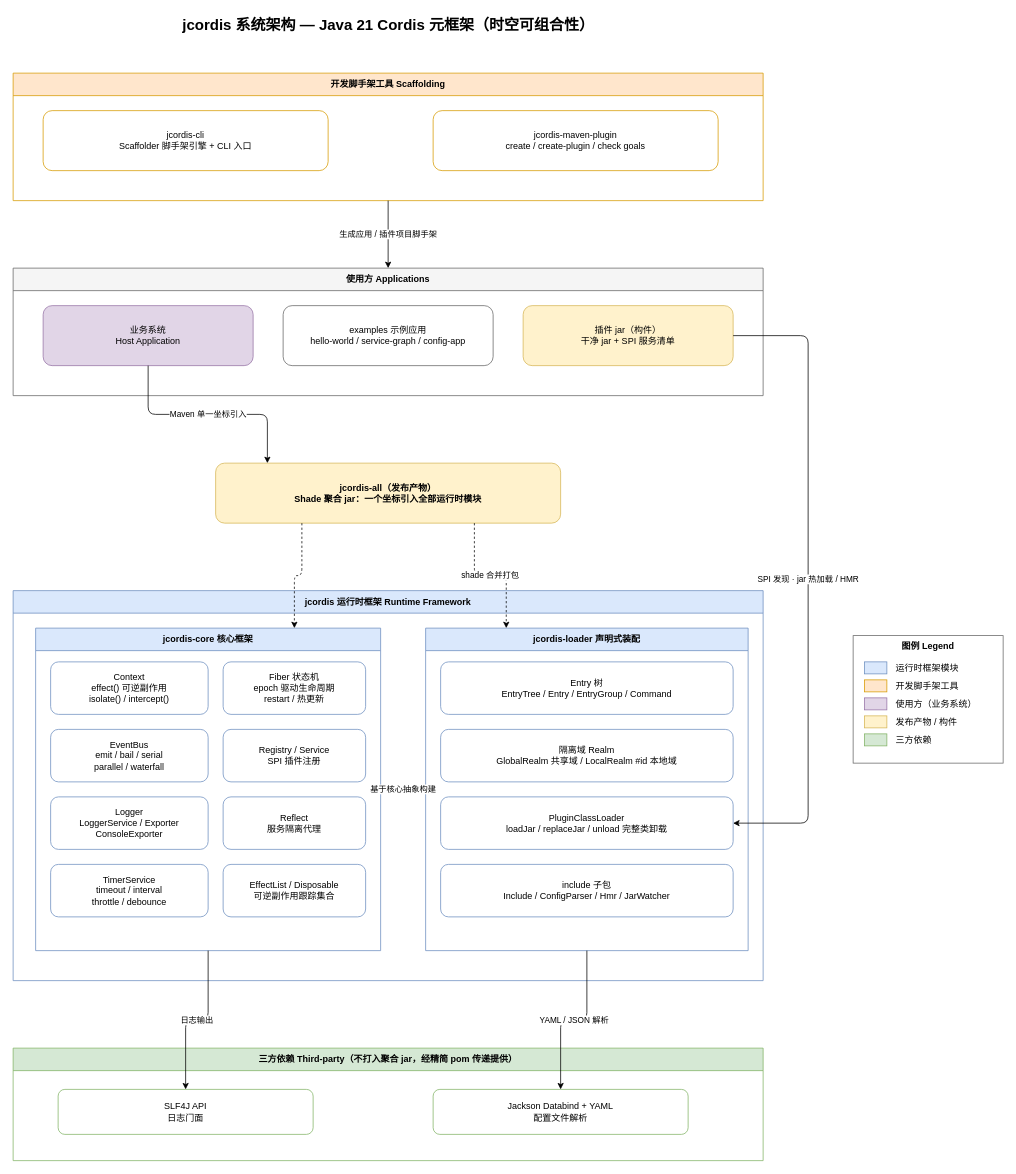
Before: docs/architecture.drawio in yhnnhyyhnn/jcordis, a draw.io diagram. Source tidied: cells renumbered, new cells numbered last; positions are measured from the earlier drawing's top-left corner, leaving out a move shared by most shapes. Both pictures are drawn from the tidied source at 75%, with x=0, y=0 at pixel (13, 13).
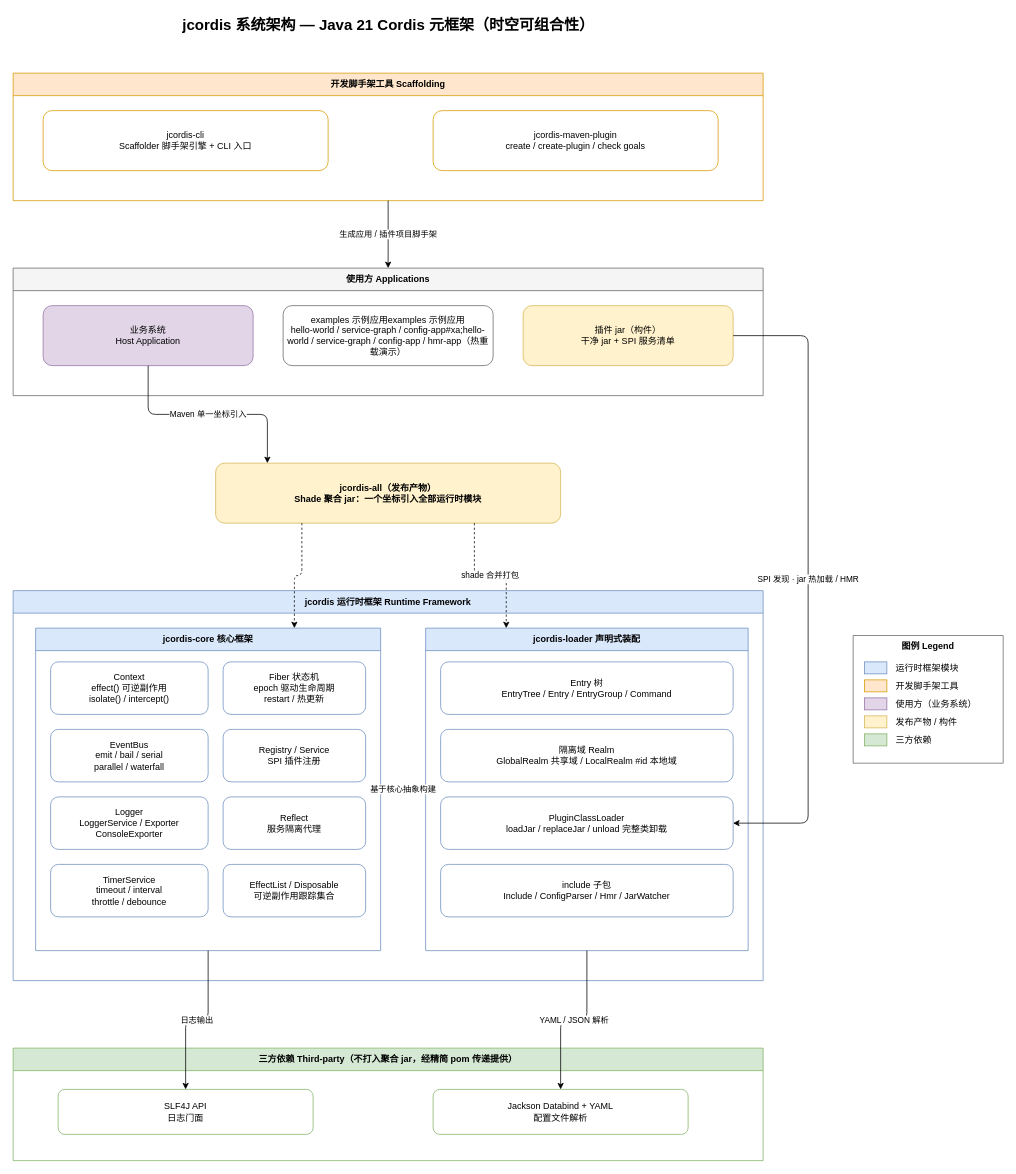
After the change.

Commit message (it also covers changes not shown here):
feat: 并发审计修复（CAS/Monitor/线程局部追踪）+ loader transfer + 架构图

Unchanged cells that the change refers to:
```xml
<mxCell id="6" value="使用方 Applications" style="swimlane;startSize=30;whiteSpace=wrap;html=1;fillColor=#f5f5f5;strokeColor=#666666;" parent="1" vertex="1">
  <mxGeometry y="340" width="1000" height="170" as="geometry" />
</mxCell>
```

Change to the diagram source:
```diff
@@
-    <mxCell id="8" value="examples 示例应用&#10;hello-world / service-graph / config-app" style="rounded=1;whiteSpace=wrap;html=1;fillColor=#ffffff;strokeColor=#666666;" parent="6" vertex="1">
+    <mxCell id="8" value="examples 示例应用examples 示例应用&#10;hello-world / service-graph / config-app#xa;hello-world / service-graph / config-app / hmr-app（热重载演示）" style="rounded=1;whiteSpace=wrap;html=1;fillColor=#ffffff;strokeColor=#666666;" parent="6" vertex="1">
       <mxGeometry x="360" y="50" width="280" height="80" as="geometry" />
     </mxCell>
```
